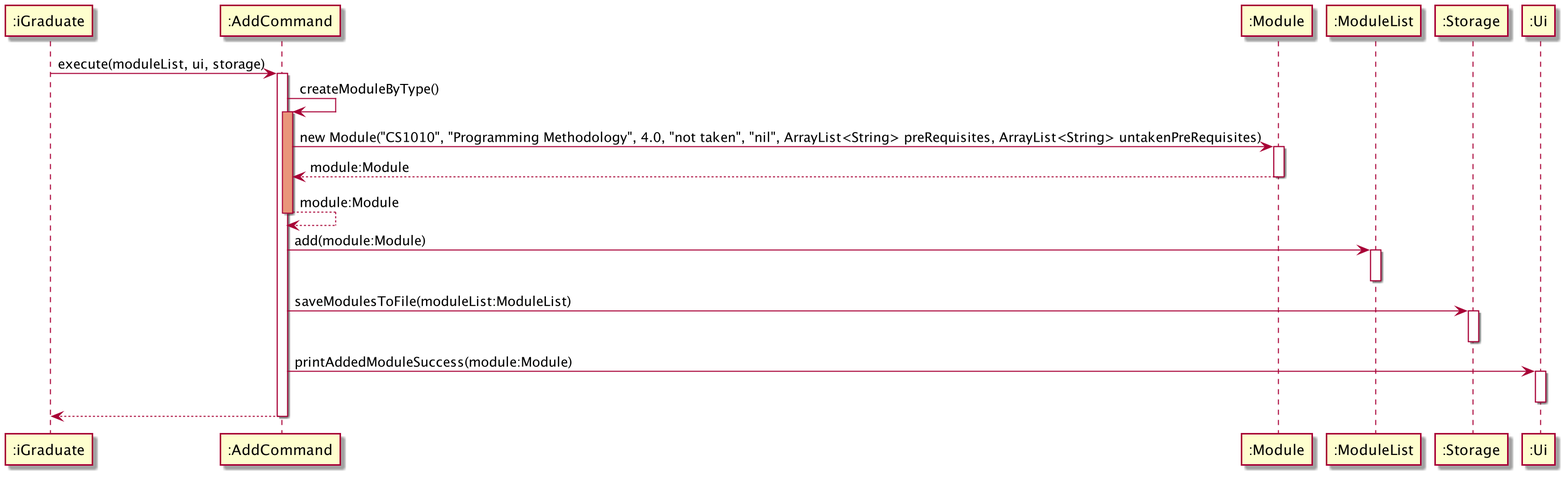
The PlantUML diagram docs/images/AddCommandSequenceDiagram.png in oscarlai1998/tp, before a commit. Source of this version:
```plantuml
@startuml
participant ":iGraduate" as iGraduate
participant ":AddCommand" as AddCommand
participant ":Module" as Module
participant ":ModuleList" as ModuleList
participant ":Storage" as Storage
participant ":Ui" as Ui

iGraduate -> AddCommand: execute(moduleList, ui, storage)
activate AddCommand

AddCommand -> AddCommand: createModuleByType()
activate AddCommand #DarkSalmon
AddCommand -> Module: new Module("CS1010", "Programming Methodology", 4.0, "not taken", "nil", ArrayList<String> preRequisites, ArrayList<String> untakenPreRequisites)
activate Module
return module:Module
return module:Module

AddCommand -> ModuleList: add(module:Module)
activate ModuleList
deactivate ModuleList

AddCommand -> Storage: saveModulesToFile(moduleList:ModuleList)
activate Storage
deactivate Storage

AddCommand -> Ui: printAddedModuleSuccess(module:Module)
activate Ui
deactivate Ui

AddCommand --> iGraduate

deactivate AddCommand
@enduml
```
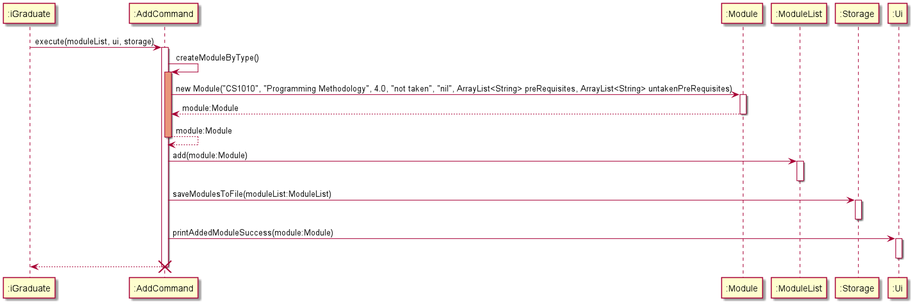
Above is the later version.

Commit message:
Add destroy icon to sequence diagram

What changed in the source:
```diff
@@ -31,4 +31,5 @@
 AddCommand --> iGraduate
 
 deactivate AddCommand
+destroy AddCommand
 @enduml
```
